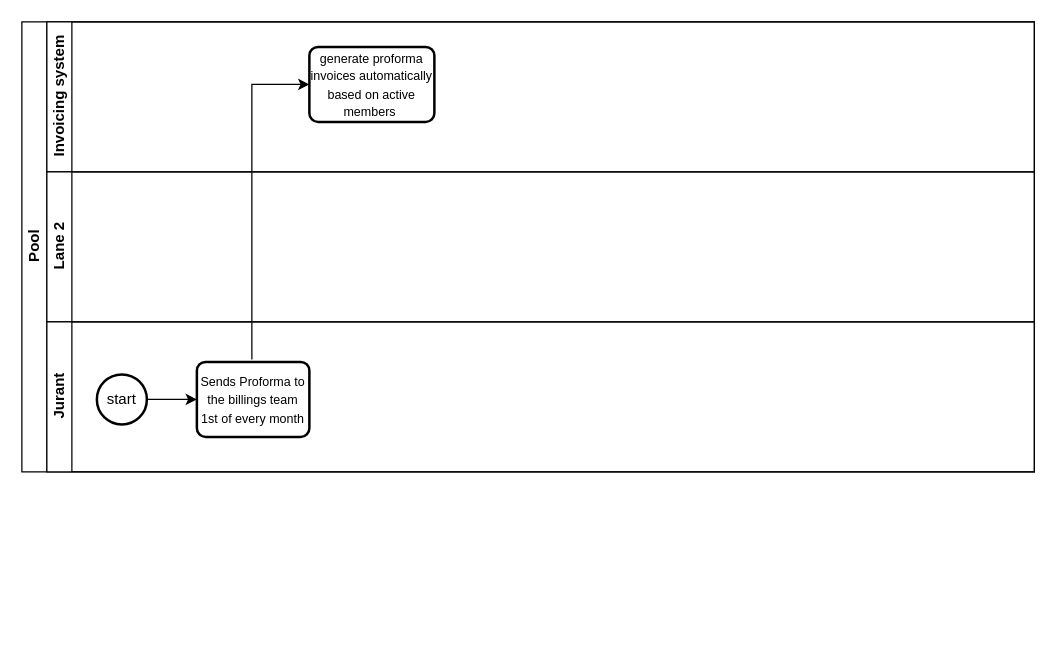
TJ-Kwetsane1993/Thato keeps this draw.io diagram as billingprocess.drawio. Above is the earlier version. Source tidied: cells renumbered, new cells numbered last; positions are measured from the earlier drawing's top-left corner, leaving out a move shared by most shapes. Both pictures are drawn from the tidied source at 125%, with x=0, y=0 at pixel (21, 21).
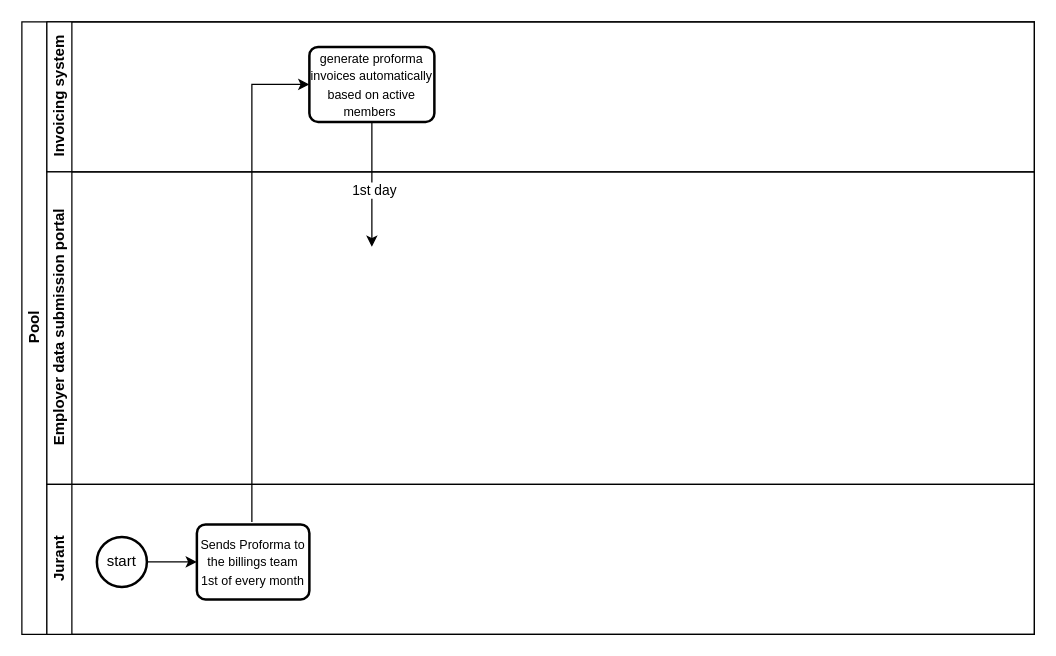
After the change.

The edit, as a diff of the source:
```diff
@@
 <mxGraphModel>
   <root>
     <mxCell id="0" />
     <mxCell id="1" parent="0" />
     <mxCell id="2" value="Pool" style="swimlane;html=1;horizontal=0;startSize=20;" parent="1" vertex="1">
-      <mxGeometry width="810" height="360" as="geometry" />
+      <mxGeometry width="810" height="490" as="geometry" />
     </mxCell>
     <mxCell id="3" value="Invoicing system" style="swimlane;html=1;startSize=20;horizontal=0;" parent="2" vertex="1">
       <mxGeometry x="20" width="790" height="120" as="geometry" />
     </mxCell>
+    <mxCell id="11" style="edgeStyle=orthogonalEdgeStyle;rounded=0;jettySize=auto;html=1;exitX=0.5;exitY=1;exitDx=0;exitDy=0;" parent="3" edge="1" source="4">
+      <mxGeometry relative="1" as="geometry">
+        <mxPoint x="260" y="180" as="targetPoint" />
+      </mxGeometry>
+    </mxCell>
+    <mxCell id="12" value="1st day" style="edgeLabel;html=1;align=center;verticalAlign=middle;" parent="11" vertex="1">
+      <mxGeometry x="0.1" y="1" relative="1" as="geometry" />
+    </mxCell>
     <mxCell id="4" value="&lt;span style=&quot;font-family: Aptos, sans-serif;&quot; lang=&quot;EN-US&quot;&gt;&lt;font style=&quot;font-size: 10px;&quot;&gt;generate proforma invoices automatically based on active members&amp;nbsp;&lt;/font&gt;&lt;/span&gt;" style="rounded=1;whiteSpace=wrap;html=1;absoluteArcSize=1;arcSize=14;strokeWidth=2;" parent="3" vertex="1">
       <mxGeometry x="210" y="20" width="100" height="60" as="geometry" />
     </mxCell>
-    <mxCell id="5" value="Lane 2" style="swimlane;html=1;startSize=20;horizontal=0;" parent="2" vertex="1">
-      <mxGeometry x="20" y="120" width="790" height="120" as="geometry" />
+    <mxCell id="5" value="Employer data submission portal" style="swimlane;html=1;startSize=20;horizontal=0;" parent="2" vertex="1">
+      <mxGeometry x="20" y="120" width="790" height="250" as="geometry" />
     </mxCell>
     <mxCell id="6" value="Jurant" style="swimlane;html=1;startSize=20;horizontal=0;" parent="2" vertex="1">
-      <mxGeometry x="20" y="240" width="790" height="120" as="geometry" />
+      <mxGeometry x="20" y="370" width="790" height="120" as="geometry" />
     </mxCell>
     <mxCell id="7" style="edgeStyle=orthogonalEdgeStyle;rounded=0;jettySize=auto;html=1;exitX=1;exitY=0.5;exitDx=0;exitDy=0;exitPerimeter=0;" parent="6" edge="1" source="8">
       <mxGeometry relative="1" as="geometry">
         <mxPoint x="120" y="62" as="targetPoint" />
       </mxGeometry>
     </mxCell>
     <mxCell id="8" value="start" style="strokeWidth=2;html=1;shape=mxgraph.flowchart.start_2;whiteSpace=wrap;" parent="6" vertex="1">
       <mxGeometry x="40" y="42" width="40" height="40" as="geometry" />
     </mxCell>
     <mxCell id="9" value="&lt;font style=&quot;font-size: 10px;&quot;&gt;Sends Proforma to the billings team 1st of every month&lt;/font&gt;" style="rounded=1;whiteSpace=wrap;html=1;absoluteArcSize=1;arcSize=14;strokeWidth=2;" parent="6" vertex="1">
       <mxGeometry x="120" y="32" width="90" height="60" as="geometry" />
     </mxCell>
     <mxCell id="10" style="edgeStyle=orthogonalEdgeStyle;rounded=0;orthogonalLoop=1;jettySize=auto;html=1;" parent="1" edge="1">
       <mxGeometry relative="1" as="geometry">
-        <mxPoint x="184" y="270" as="sourcePoint" />
+        <mxPoint x="184" y="400" as="sourcePoint" />
         <mxPoint x="230" y="50" as="targetPoint" />
         <Array as="points">
           <mxPoint x="184" y="50" />
         </Array>
       </mxGeometry>
     </mxCell>
   </root>
 </mxGraphModel>
```
